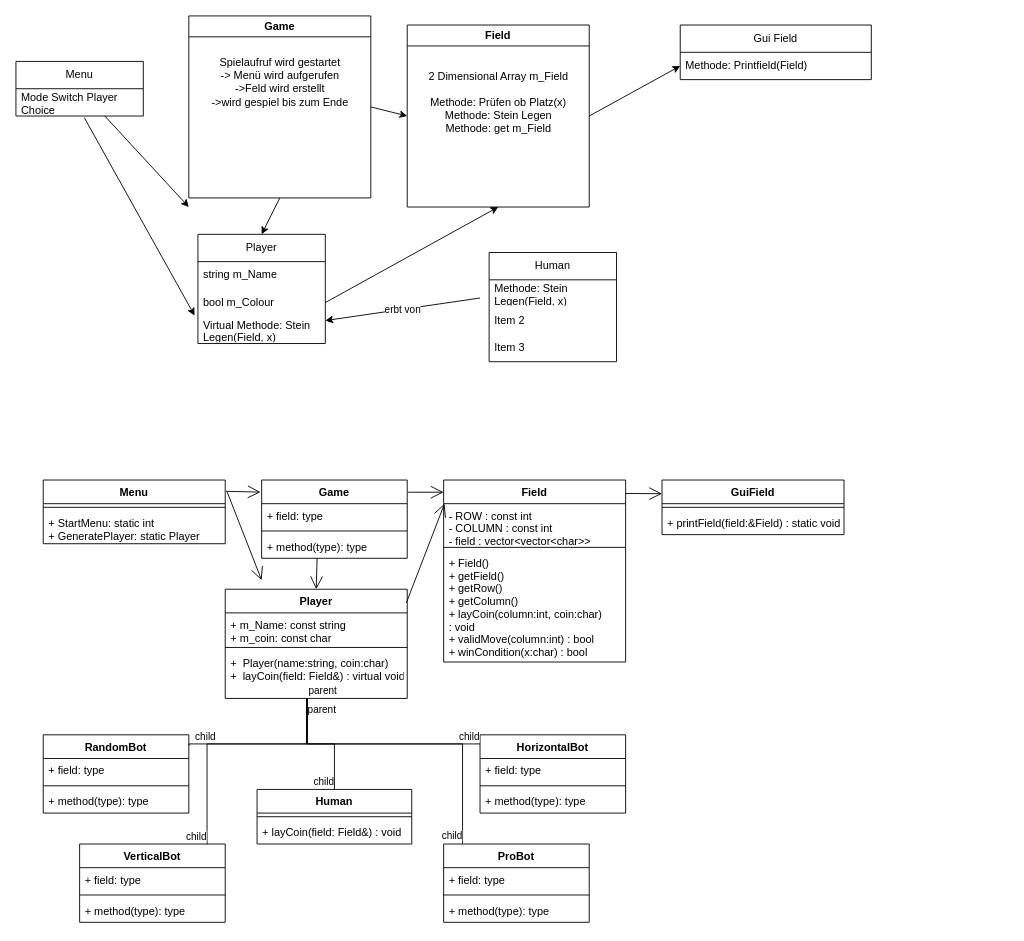
The draw.io diagram Plan.drawio in carlFelixSchlass/Connect4, before the edit. Source tidied: cells renumbered, new cells numbered last; positions are measured from the earlier drawing's top-left corner, leaving out a move shared by most shapes. Both pictures are drawn from the tidied source at 91%, with x=0, y=0 at pixel (15, 15).
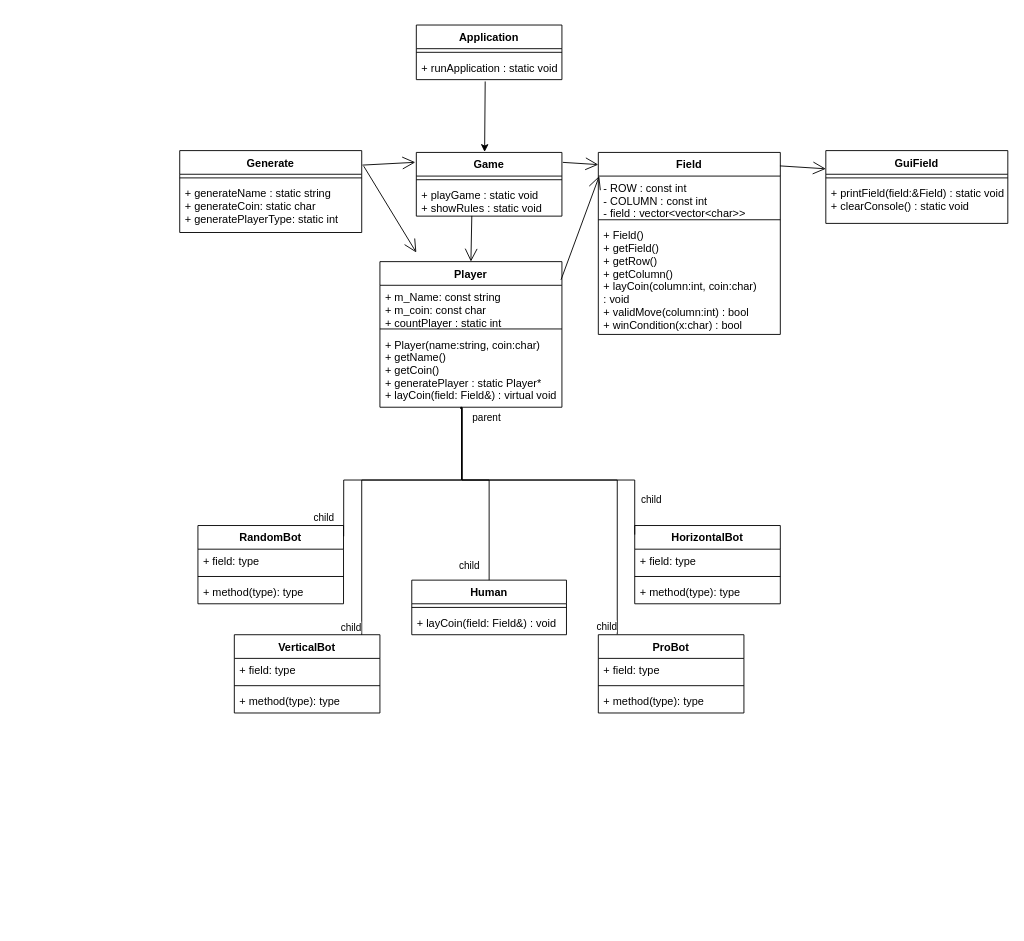
Above is the later version.

Diff of the diagram source:
```diff
@@
-    <mxCell id="2" style="edgeStyle=none;html=1;exitX=1;exitY=0.5;exitDx=0;exitDy=0;entryX=0;entryY=0.5;entryDx=0;entryDy=0;" parent="1" edge="1" source="4" target="7">
-      <mxGeometry relative="1" as="geometry" />
-    </mxCell>
-    <mxCell id="3" style="edgeStyle=none;html=1;exitX=0.5;exitY=1;exitDx=0;exitDy=0;entryX=0.5;entryY=0;entryDx=0;entryDy=0;" parent="1" edge="1" source="4" target="9">
-      <mxGeometry relative="1" as="geometry" />
-    </mxCell>
-    <mxCell id="4" value="Game" style="swimlane;whiteSpace=wrap;html=1;" parent="1" vertex="1">
-      <mxGeometry x="190" width="200" height="200" as="geometry" />
-    </mxCell>
-    <mxCell id="5" value="Spielaufruf wird gestartet&lt;br&gt;-&amp;gt; Menü wird aufgerufen&lt;br&gt;-&amp;gt;Feld wird erstellt&lt;br&gt;-&amp;gt;wird gespiel bis zum Ende&lt;br&gt;&lt;br&gt;" style="text;html=1;align=center;verticalAlign=middle;strokeColor=none;fillColor=none;" parent="4" vertex="1">
-      <mxGeometry x="15" y="35" width="170" height="90" as="geometry" />
-    </mxCell>
-    <mxCell id="6" style="edgeStyle=none;html=1;exitX=1;exitY=0.5;exitDx=0;exitDy=0;entryX=0;entryY=0.5;entryDx=0;entryDy=0;" parent="1" edge="1" source="7" target="18">
-      <mxGeometry relative="1" as="geometry" />
-    </mxCell>
-    <mxCell id="7" value="Field" style="swimlane;whiteSpace=wrap;html=1;" parent="1" vertex="1">
-      <mxGeometry x="430" y="10" width="200" height="200" as="geometry" />
-    </mxCell>
-    <mxCell id="8" value="2 Dimensional Array m_Field&lt;br&gt;&lt;br&gt;Methode: Prüfen ob Platz(x)&lt;br&gt;Methode: Stein Legen&lt;br&gt;Methode: get m_Field" style="text;html=1;align=center;verticalAlign=middle;strokeColor=none;fillColor=none;" parent="7" vertex="1">
-      <mxGeometry x="10" y="40" width="180" height="90" as="geometry" />
-    </mxCell>
-    <mxCell id="9" value="Player" style="swimlane;fontStyle=0;horizontal=1;startSize=30;whiteSpace=wrap;html=1;" parent="1" vertex="1">
-      <mxGeometry x="200" y="240" width="140" height="120" as="geometry" />
-    </mxCell>
-    <mxCell id="10" value="string m_Name" style="text;strokeColor=none;fillColor=none;align=left;verticalAlign=middle;spacingLeft=4;spacingRight=4;overflow=hidden;whiteSpace=wrap;html=1;" parent="9" vertex="1">
-      <mxGeometry y="30" width="140" height="30" as="geometry" />
-    </mxCell>
-    <mxCell id="11" value="bool m_Colour" style="text;strokeColor=none;fillColor=none;align=left;verticalAlign=middle;spacingLeft=4;spacingRight=4;overflow=hidden;points=[[0,0.5],[1,0.5]];portConstraint=eastwest;whiteSpace=wrap;html=1;" parent="9" vertex="1">
-      <mxGeometry y="60" width="140" height="30" as="geometry" />
-    </mxCell>
-    <mxCell id="12" value="&lt;span style=&quot;text-align: center;&quot;&gt;Virtual Methode: Stein Legen(Field, x)&lt;/span&gt;" style="text;strokeColor=none;fillColor=none;align=left;verticalAlign=middle;spacingLeft=4;spacingRight=4;overflow=hidden;points=[[0,0.5],[1,0.5]];portConstraint=eastwest;whiteSpace=wrap;html=1;" parent="9" vertex="1">
-      <mxGeometry y="90" width="140" height="30" as="geometry" />
-    </mxCell>
-    <mxCell id="13" value="Human" style="swimlane;fontStyle=0;horizontal=1;startSize=30;whiteSpace=wrap;html=1;" parent="1" vertex="1">
-      <mxGeometry x="520" y="260" width="140" height="120" as="geometry" />
-    </mxCell>
-    <mxCell id="14" value="Methode: Stein Legen(Field, x)" style="text;strokeColor=none;fillColor=none;align=left;verticalAlign=middle;spacingLeft=4;spacingRight=4;overflow=hidden;whiteSpace=wrap;html=1;" parent="13" vertex="1">
-      <mxGeometry y="30" width="140" height="30" as="geometry" />
-    </mxCell>
-    <mxCell id="15" value="Item 2" style="text;strokeColor=none;fillColor=none;align=left;verticalAlign=middle;spacingLeft=4;spacingRight=4;overflow=hidden;whiteSpace=wrap;html=1;" parent="13" vertex="1">
-      <mxGeometry y="60" width="140" height="30" as="geometry" />
-    </mxCell>
-    <mxCell id="16" value="Item 3" style="text;strokeColor=none;fillColor=none;align=left;verticalAlign=middle;spacingLeft=4;spacingRight=4;overflow=hidden;whiteSpace=wrap;html=1;" parent="13" vertex="1">
-      <mxGeometry y="90" width="140" height="30" as="geometry" />
-    </mxCell>
-    <mxCell id="17" value="Gui Field" style="swimlane;fontStyle=0;horizontal=1;startSize=30;whiteSpace=wrap;html=1;" parent="1" vertex="1">
-      <mxGeometry x="730" y="10" width="210" height="60" as="geometry" />
-    </mxCell>
-    <mxCell id="18" value="Methode: Printfield(Field)" style="text;strokeColor=none;fillColor=none;align=left;verticalAlign=middle;spacingLeft=4;spacingRight=4;overflow=hidden;points=[[0,0.5],[1,0.5]];portConstraint=eastwest;whiteSpace=wrap;html=1;" parent="17" vertex="1">
-      <mxGeometry y="30" width="210" height="30" as="geometry" />
-    </mxCell>
-    <mxCell id="19" style="edgeStyle=none;html=1;" parent="1" edge="1" source="21">
-      <mxGeometry relative="1" as="geometry">
-        <mxPoint x="190" y="210" as="targetPoint" />
-      </mxGeometry>
-    </mxCell>
-    <mxCell id="20" style="edgeStyle=none;html=1;exitX=0.537;exitY=1.061;exitDx=0;exitDy=0;entryX=-0.026;entryY=-0.025;entryDx=0;entryDy=0;entryPerimeter=0;exitPerimeter=0;" parent="1" edge="1" source="22" target="12">
-      <mxGeometry relative="1" as="geometry" />
-    </mxCell>
-    <mxCell id="21" value="Menu" style="swimlane;fontStyle=0;horizontal=1;startSize=30;whiteSpace=wrap;html=1;" parent="1" vertex="1">
-      <mxGeometry y="50" width="140" height="60" as="geometry" />
-    </mxCell>
-    <mxCell id="22" value="Mode Switch Player Choice" style="text;strokeColor=none;fillColor=none;align=left;verticalAlign=middle;spacingLeft=4;spacingRight=4;overflow=hidden;points=[[0,0.5],[1,0.5]];portConstraint=eastwest;whiteSpace=wrap;html=1;" parent="21" vertex="1">
-      <mxGeometry y="30" width="140" height="30" as="geometry" />
-    </mxCell>
-    <mxCell id="23" style="endArrow=classic;html=1;" parent="1" edge="1" target="12">
-      <mxGeometry relative="1" as="geometry">
-        <mxPoint x="510" y="310" as="sourcePoint" />
-      </mxGeometry>
-    </mxCell>
-    <mxCell id="24" value="erbt von" style="edgeLabel;html=1;align=center;verticalAlign=middle;" parent="23" vertex="1">
-      <mxGeometry relative="1" as="geometry" />
-    </mxCell>
-    <mxCell id="25" style="edgeStyle=none;html=1;exitX=1;exitY=0.5;exitDx=0;exitDy=0;entryX=0.5;entryY=1;entryDx=0;entryDy=0;" parent="1" edge="1" source="11" target="7">
-      <mxGeometry relative="1" as="geometry" />
-    </mxCell>
     <mxCell id="26" value="Game" style="swimlane;fontStyle=1;align=center;verticalAlign=top;horizontal=1;startSize=26;" parent="1" vertex="1">
-      <mxGeometry x="270" y="510" width="160" height="86" as="geometry" />
+      <mxGeometry x="440" y="150" width="160" height="70" as="geometry" />
     </mxCell>
-    <mxCell id="27" value="+ field: type" style="text;strokeColor=none;fillColor=none;align=left;verticalAlign=top;spacingLeft=4;spacingRight=4;overflow=hidden;" parent="26" vertex="1">
-      <mxGeometry y="26" width="160" height="26" as="geometry" />
-    </mxCell>
     <mxCell id="28" style="line;strokeWidth=1;fillColor=none;align=left;verticalAlign=middle;spacingTop=-1;spacingLeft=3;spacingRight=3;labelPosition=right;strokeColor=inherit;" parent="26" vertex="1">
-      <mxGeometry y="52" width="160" height="8" as="geometry" />
+      <mxGeometry y="26" width="160" height="8" as="geometry" />
     </mxCell>
-    <mxCell id="29" value="+ method(type): type" style="text;strokeColor=none;fillColor=none;align=left;verticalAlign=top;spacingLeft=4;spacingRight=4;overflow=hidden;points=[[0,0.5],[1,0.5]];portConstraint=eastwest;" parent="26" vertex="1">
-      <mxGeometry y="60" width="160" height="26" as="geometry" />
+    <mxCell id="29" value="+ playGame : static void&#10;+ showRules : static void " style="text;strokeColor=none;fillColor=none;align=left;verticalAlign=top;spacingLeft=4;spacingRight=4;overflow=hidden;points=[[0,0.5],[1,0.5]];portConstraint=eastwest;" parent="26" vertex="1">
+      <mxGeometry y="34" width="160" height="36" as="geometry" />
     </mxCell>
-    <mxCell id="30" value="Menu" style="swimlane;fontStyle=1;align=center;verticalAlign=top;horizontal=1;startSize=26;" parent="1" vertex="1">
-      <mxGeometry x="30" y="510" width="200" height="70" as="geometry" />
+    <mxCell id="30" value="Generate" style="swimlane;fontStyle=1;align=center;verticalAlign=top;horizontal=1;startSize=26;" parent="1" vertex="1">
+      <mxGeometry x="180" y="148" width="200" height="90" as="geometry" />
     </mxCell>
@@
-    <mxCell id="32" value="+ StartMenu: static int &#10;+ GeneratePlayer: static Player" style="text;strokeColor=none;fillColor=none;align=left;verticalAlign=top;spacingLeft=4;spacingRight=4;overflow=hidden;" parent="30" vertex="1">
-      <mxGeometry y="34" width="200" height="36" as="geometry" />
+    <mxCell id="32" value="+ generateName : static string &#10;+ generateCoin: static char&#10;+ generatePlayerType: static int" style="text;strokeColor=none;fillColor=none;align=left;verticalAlign=top;spacingLeft=4;spacingRight=4;overflow=hidden;" parent="30" vertex="1">
+      <mxGeometry y="34" width="200" height="56" as="geometry" />
     </mxCell>
     <mxCell id="33" value="Field" style="swimlane;fontStyle=1;align=center;verticalAlign=top;horizontal=1;startSize=26;" parent="1" vertex="1">
-      <mxGeometry x="470" y="510" width="200" height="200" as="geometry" />
+      <mxGeometry x="640" y="150" width="200" height="200" as="geometry" />
     </mxCell>
@@
     <mxCell id="37" value="GuiField" style="swimlane;fontStyle=1;align=center;verticalAlign=top;horizontal=1;startSize=26;" parent="1" vertex="1">
-      <mxGeometry x="710" y="510" width="200" height="60" as="geometry" />
+      <mxGeometry x="890" y="148" width="200" height="80" as="geometry" />
     </mxCell>
@@
-    <mxCell id="39" value="+ printField(field:&amp;Field) : static void" style="text;strokeColor=none;fillColor=none;align=left;verticalAlign=top;spacingLeft=4;spacingRight=4;overflow=hidden;" parent="37" vertex="1">
-      <mxGeometry y="34" width="200" height="26" as="geometry" />
+    <mxCell id="39" value="+ printField(field:&amp;Field) : static void&#10;+ clearConsole() : static void" style="text;strokeColor=none;fillColor=none;align=left;verticalAlign=top;spacingLeft=4;spacingRight=4;overflow=hidden;" parent="37" vertex="1">
+      <mxGeometry y="34" width="200" height="46" as="geometry" />
     </mxCell>
     <mxCell id="40" value="HorizontalBot" style="swimlane;fontStyle=1;align=center;verticalAlign=top;horizontal=1;startSize=26;" parent="1" vertex="1">
-      <mxGeometry x="510" y="790" width="160" height="86" as="geometry" />
+      <mxGeometry x="680" y="560" width="160" height="86" as="geometry" />
     </mxCell>
@@
     <mxCell id="44" value="ProBot" style="swimlane;fontStyle=1;align=center;verticalAlign=top;horizontal=1;startSize=26;" parent="1" vertex="1">
-      <mxGeometry x="470" y="910" width="160" height="86" as="geometry" />
+      <mxGeometry x="640" y="680" width="160" height="86" as="geometry" />
     </mxCell>
@@
     <mxCell id="48" value="RandomBot" style="swimlane;fontStyle=1;align=center;verticalAlign=top;horizontal=1;startSize=26;" parent="1" vertex="1">
-      <mxGeometry x="30" y="790" width="160" height="86" as="geometry" />
+      <mxGeometry x="200" y="560" width="160" height="86" as="geometry" />
     </mxCell>
@@
     <mxCell id="52" value="VerticalBot" style="swimlane;fontStyle=1;align=center;verticalAlign=top;horizontal=1;startSize=26;" parent="1" vertex="1">
-      <mxGeometry x="70" y="910" width="160" height="86" as="geometry" />
+      <mxGeometry x="240" y="680" width="160" height="86" as="geometry" />
     </mxCell>
@@
     <mxCell id="56" value="Human" style="swimlane;fontStyle=1;align=center;verticalAlign=top;horizontal=1;startSize=26;" parent="1" vertex="1">
-      <mxGeometry x="265" y="850" width="170" height="60" as="geometry" />
+      <mxGeometry x="435" y="620" width="170" height="60" as="geometry" />
     </mxCell>
@@
     <mxCell id="59" value="Player" style="swimlane;fontStyle=1;align=center;verticalAlign=top;horizontal=1;startSize=26;" parent="1" vertex="1">
-      <mxGeometry x="230" y="630" width="200" height="120" as="geometry" />
+      <mxGeometry x="400" y="270" width="200" height="160" as="geometry" />
     </mxCell>
-    <mxCell id="60" value="+ m_Name: const string &#10;+ m_coin: const char" style="text;strokeColor=none;fillColor=none;align=left;verticalAlign=top;spacingLeft=4;spacingRight=4;overflow=hidden;" parent="59" vertex="1">
-      <mxGeometry y="26" width="200" height="34" as="geometry" />
+    <mxCell id="60" value="+ m_Name: const string &#10;+ m_coin: const char&#10;+ countPlayer : static int" style="text;strokeColor=none;fillColor=none;align=left;verticalAlign=top;spacingLeft=4;spacingRight=4;overflow=hidden;" parent="59" vertex="1">
+      <mxGeometry y="26" width="200" height="44" as="geometry" />
     </mxCell>
     <mxCell id="61" style="line;strokeWidth=1;fillColor=none;align=left;verticalAlign=middle;spacingTop=-1;spacingLeft=3;spacingRight=3;labelPosition=right;strokeColor=inherit;" parent="59" vertex="1">
-      <mxGeometry y="60" width="200" height="8" as="geometry" />
+      <mxGeometry y="70" width="200" height="8" as="geometry" />
     </mxCell>
-    <mxCell id="62" value="+  Player(name:string, coin:char)&#10;+  layCoin(field: Field&amp;) : virtual void" style="text;strokeColor=none;fillColor=none;align=left;verticalAlign=top;spacingLeft=4;spacingRight=4;overflow=hidden;points=[[0,0.5],[1,0.5]];portConstraint=eastwest;" parent="59" vertex="1">
-      <mxGeometry y="68" width="200" height="52" as="geometry" />
+    <mxCell id="62" value="+ Player(name:string, coin:char)&#10;+ getName()&#10;+ getCoin()&#10;+ generatePlayer : static Player*&#10;+ layCoin(field: Field&amp;) : virtual void" style="text;strokeColor=none;fillColor=none;align=left;verticalAlign=top;spacingLeft=4;spacingRight=4;overflow=hidden;points=[[0,0.5],[1,0.5]];portConstraint=eastwest;" parent="59" vertex="1">
+      <mxGeometry y="78" width="200" height="82" as="geometry" />
     </mxCell>
-    <mxCell id="63" style="endArrow=none;html=1;edgeStyle=orthogonalEdgeStyle;rounded=0;shadow=0;exitX=0.447;exitY=1.027;exitDx=0;exitDy=0;exitPerimeter=0;" parent="1" edge="1" source="62">
-      <mxGeometry relative="1" as="geometry">
-        <mxPoint x="510" y="800" as="targetPoint" />
-        <Array as="points">
-          <mxPoint x="319" y="800" />
-        </Array>
-      </mxGeometry>
-    </mxCell>
-    <mxCell id="64" value="parent" style="edgeLabel;html=1;align=left;verticalAlign=bottom;" parent="63" vertex="1">
-      <mxGeometry x="-1" relative="1" as="geometry">
-        <mxPoint y="19" as="offset" />
-      </mxGeometry>
-    </mxCell>
-    <mxCell id="65" value="child" style="edgeLabel;html=1;align=right;verticalAlign=bottom;" parent="63" vertex="1">
-      <mxGeometry x="1" relative="1" as="geometry" />
-    </mxCell>
     <mxCell id="66" style="endArrow=none;html=1;edgeStyle=orthogonalEdgeStyle;rounded=0;shadow=0;exitX=0.444;exitY=1.018;exitDx=0;exitDy=0;exitPerimeter=0;" parent="1" edge="1" source="62" target="56">
       <mxGeometry relative="1" as="geometry">
         <Array as="points">
-          <mxPoint x="320" y="751" />
-          <mxPoint x="320" y="800" />
-          <mxPoint x="350" y="800" />
+          <mxPoint x="489" y="430" />
+          <mxPoint x="490" y="430" />
+          <mxPoint x="490" y="510" />
+          <mxPoint x="520" y="510" />
         </Array>
       </mxGeometry>
     </mxCell>
     <mxCell id="67" value="child" style="edgeLabel;html=1;align=right;verticalAlign=bottom;" parent="66" vertex="1">
-      <mxGeometry x="1" relative="1" as="geometry" />
+      <mxGeometry x="1" relative="1" as="geometry">
+        <mxPoint x="-10" y="-8" as="offset" />
+      </mxGeometry>
     </mxCell>
     <mxCell id="68" style="endArrow=none;html=1;edgeStyle=orthogonalEdgeStyle;rounded=0;shadow=0;entryX=0.13;entryY=-0.006;entryDx=0;entryDy=0;entryPerimeter=0;" parent="1" edge="1" target="44">
       <mxGeometry relative="1" as="geometry">
-        <mxPoint x="320" y="750" as="sourcePoint" />
+        <mxPoint x="490" y="430" as="sourcePoint" />
         <Array as="points">
-          <mxPoint x="320" y="800" />
-          <mxPoint x="491" y="800" />
+          <mxPoint x="490" y="510" />
+          <mxPoint x="661" y="510" />
         </Array>
       </mxGeometry>
     </mxCell>
@@
     <mxCell id="70" style="endArrow=none;html=1;edgeStyle=orthogonalEdgeStyle;rounded=0;shadow=0;exitX=0.449;exitY=1.003;exitDx=0;exitDy=0;exitPerimeter=0;entryX=1.001;entryY=0.138;entryDx=0;entryDy=0;entryPerimeter=0;" parent="1" edge="1" source="62" target="48">
       <mxGeometry relative="1" as="geometry">
         <Array as="points">
-          <mxPoint x="320" y="800" />
-          <mxPoint x="190" y="800" />
+          <mxPoint x="490" y="510" />
+          <mxPoint x="360" y="510" />
         </Array>
       </mxGeometry>
     </mxCell>
     <mxCell id="71" value="child" style="edgeLabel;html=1;align=right;verticalAlign=bottom;" parent="70" vertex="1">
       <mxGeometry x="1" relative="1" as="geometry">
-        <mxPoint x="30" y="-2" as="offset" />
+        <mxPoint x="-10" y="-12" as="offset" />
       </mxGeometry>
     </mxCell>
     <mxCell id="72" style="endArrow=none;html=1;edgeStyle=orthogonalEdgeStyle;rounded=0;shadow=0;entryX=0.875;entryY=0;entryDx=0;entryDy=0;entryPerimeter=0;" parent="1" edge="1" target="52">
       <mxGeometry relative="1" as="geometry">
-        <mxPoint x="320" y="750" as="sourcePoint" />
+        <mxPoint x="490" y="430" as="sourcePoint" />
         <Array as="points">
-          <mxPoint x="320" y="800" />
-          <mxPoint x="210" y="800" />
+          <mxPoint x="490" y="510" />
+          <mxPoint x="380" y="510" />
         </Array>
       </mxGeometry>
     </mxCell>
     <mxCell id="73" value="parent" style="edgeLabel;html=1;align=left;verticalAlign=bottom;" parent="72" vertex="1">
-      <mxGeometry x="-1" relative="1" as="geometry" />
+      <mxGeometry x="-1" relative="1" as="geometry">
+        <mxPoint x="10" y="20" as="offset" />
+      </mxGeometry>
     </mxCell>
@@
     <mxCell id="77" style="endArrow=open;endFill=1;endSize=12;html=1;rounded=0;shadow=0;exitX=1.011;exitY=0.19;exitDx=0;exitDy=0;exitPerimeter=0;" parent="1" edge="1" source="30">
       <mxGeometry relative="1" as="geometry">
-        <mxPoint x="270" y="620" as="targetPoint" />
+        <mxPoint x="440" y="260" as="targetPoint" />
       </mxGeometry>
     </mxCell>
@@
+    <mxCell id="81" style="endArrow=none;html=1;edgeStyle=orthogonalEdgeStyle;rounded=0;exitX=0.44;exitY=1.012;exitDx=0;exitDy=0;exitPerimeter=0;entryX=0;entryY=0.116;entryDx=0;entryDy=0;entryPerimeter=0;" parent="1" edge="1" source="62" target="40">
+      <mxGeometry relative="1" as="geometry">
+        <Array as="points">
+          <mxPoint x="490" y="431" />
+          <mxPoint x="490" y="510" />
+          <mxPoint x="680" y="510" />
+        </Array>
+      </mxGeometry>
+    </mxCell>
+    <mxCell id="65" value="child" style="edgeLabel;html=1;align=right;verticalAlign=bottom;" parent="81" vertex="1">
+      <mxGeometry x="1" relative="1" as="geometry">
+        <mxPoint x="30" y="-30" as="offset" />
+      </mxGeometry>
+    </mxCell>
+    <mxCell id="82" value="Application" style="swimlane;fontStyle=1;align=center;verticalAlign=top;horizontal=1;startSize=26;" parent="1" vertex="1">
+      <mxGeometry x="440" y="10" width="160" height="60" as="geometry" />
+    </mxCell>
+    <mxCell id="83" style="line;strokeWidth=1;fillColor=none;align=left;verticalAlign=middle;spacingTop=-1;spacingLeft=3;spacingRight=3;labelPosition=right;strokeColor=inherit;" parent="82" vertex="1">
+      <mxGeometry y="26" width="160" height="8" as="geometry" />
+    </mxCell>
+    <mxCell id="84" value="+ runApplication : static void" style="text;strokeColor=none;fillColor=none;align=left;verticalAlign=top;spacingLeft=4;spacingRight=4;overflow=hidden;points=[[0,0.5],[1,0.5]];portConstraint=eastwest;" parent="82" vertex="1">
+      <mxGeometry y="34" width="160" height="26" as="geometry" />
+    </mxCell>
+    <mxCell id="85" style="endArrow=classic;html=1;rounded=0;exitX=0.473;exitY=1.078;exitDx=0;exitDy=0;exitPerimeter=0;entryX=0.469;entryY=-0.008;entryDx=0;entryDy=0;entryPerimeter=0;" parent="1" edge="1" source="84" target="26">
+      <mxGeometry relative="1" as="geometry" />
+    </mxCell>
```
